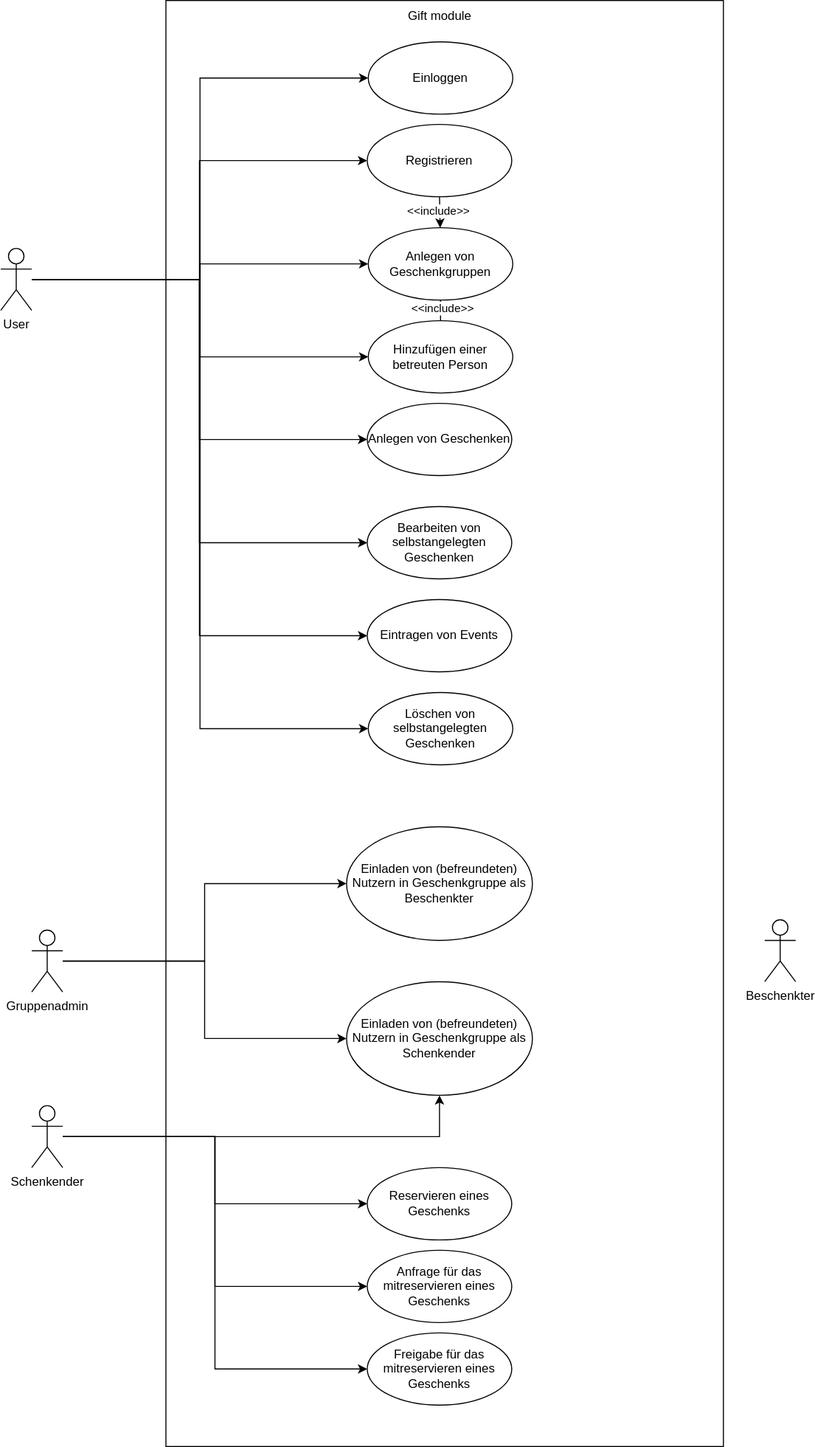
This is drawio_diagrams/svg_files/gifts_usecase.svg from Ethanil/gifts, a draw.io export, as it was before one commit. Source tidied: cells renumbered, new cells last; positions are measured from the earlier drawing's top-left corner, leaving out a move shared by most shapes.
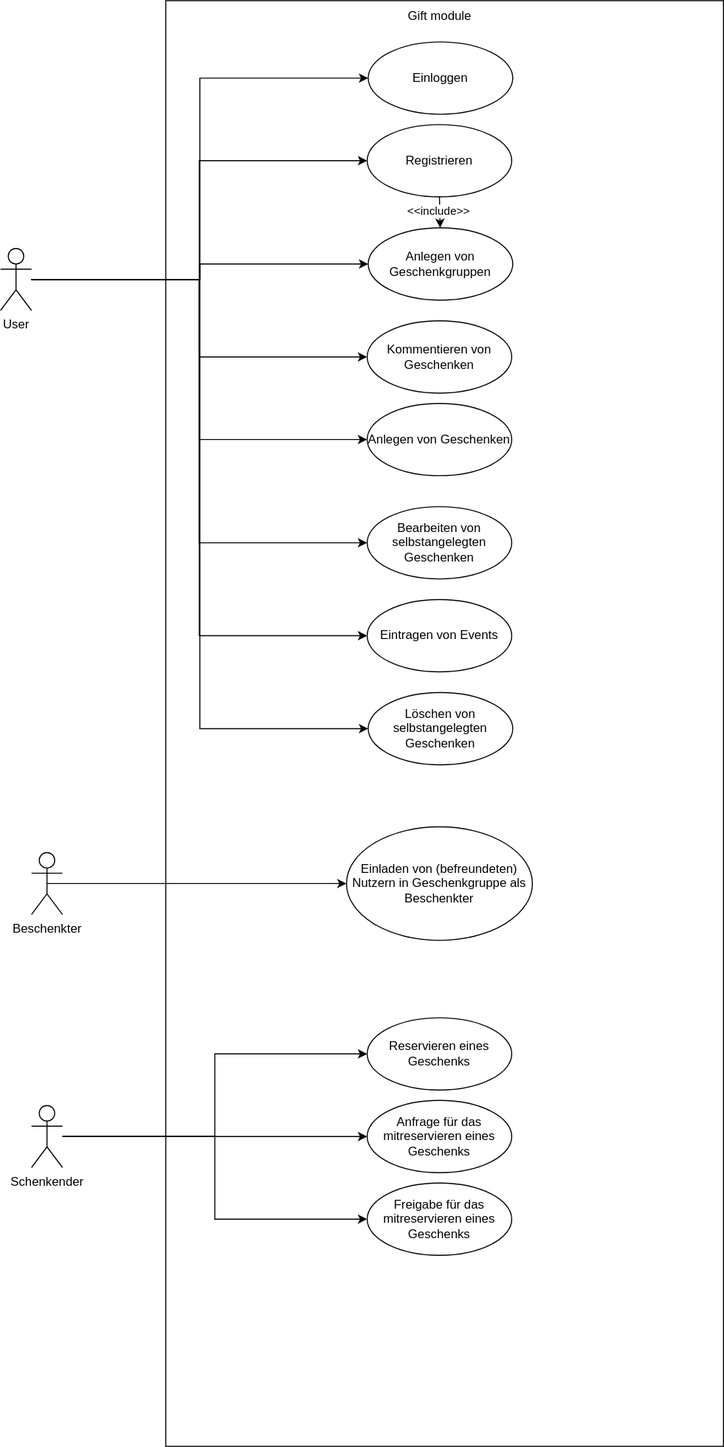
The same file after the commit.

Commit message:
updated diagrams and added Database skeleton

What changed in the source:
```diff
@@ -5,9 +5,6 @@
     <mxCell id="2" style="rounded=0;whiteSpace=wrap;html=1;" parent="1" vertex="1">
       <mxGeometry x="160" width="540" height="1400" as="geometry" />
     </mxCell>
-    <mxCell id="3" style="edgeStyle=orthogonalEdgeStyle;rounded=0;jettySize=auto;html=1;entryX=0.5;entryY=1;entryDx=0;entryDy=0;" parent="1" edge="1" source="7" target="23">
-      <mxGeometry relative="1" as="geometry" />
-    </mxCell>
     <mxCell id="4" style="edgeStyle=orthogonalEdgeStyle;rounded=0;jettySize=auto;html=1;entryX=0;entryY=0.5;entryDx=0;entryDy=0;" parent="1" edge="1" source="7" target="24">
       <mxGeometry relative="1" as="geometry" />
     </mxCell>
@@ -21,7 +18,7 @@
       <mxGeometry x="30" y="1070" width="30" height="60" as="geometry" />
     </mxCell>
     <mxCell id="8" value="Beschenkter" style="shape=umlActor;verticalLabelPosition=bottom;verticalAlign=top;html=1;outlineConnect=0;" parent="1" vertex="1">
-      <mxGeometry x="740" y="890" width="30" height="60" as="geometry" />
+      <mxGeometry x="30" y="825" width="30" height="60" as="geometry" />
     </mxCell>
     <mxCell id="9" style="edgeStyle=orthogonalEdgeStyle;rounded=0;jettySize=auto;html=1;entryX=0;entryY=0.5;entryDx=0;entryDy=0;" parent="1" edge="1" source="16" target="19">
       <mxGeometry relative="1" as="geometry" />
@@ -32,9 +29,6 @@
     <mxCell id="11" style="edgeStyle=orthogonalEdgeStyle;rounded=0;jettySize=auto;html=1;entryX=0;entryY=0.5;entryDx=0;entryDy=0;" parent="1" edge="1" source="16" target="30">
       <mxGeometry relative="1" as="geometry" />
     </mxCell>
-    <mxCell id="12" style="edgeStyle=orthogonalEdgeStyle;rounded=0;jettySize=auto;html=1;entryX=0;entryY=0.5;entryDx=0;entryDy=0;" parent="1" edge="1" source="16" target="29">
-      <mxGeometry relative="1" as="geometry" />
-    </mxCell>
     <mxCell id="13" style="edgeStyle=orthogonalEdgeStyle;html=1;entryX=0;entryY=0.5;entryDx=0;entryDy=0;rounded=0;" parent="1" edge="1" source="16" target="31">
       <mxGeometry relative="1" as="geometry" />
     </mxCell>
@@ -44,6 +38,9 @@
     <mxCell id="15" style="edgeStyle=orthogonalEdgeStyle;rounded=0;html=1;entryX=0;entryY=0.5;entryDx=0;entryDy=0;" parent="1" edge="1" source="16" target="35">
       <mxGeometry relative="1" as="geometry" />
     </mxCell>
+    <mxCell id="39" style="edgeStyle=orthogonalEdgeStyle;html=1;rounded=0;entryX=0;entryY=0.5;entryDx=0;entryDy=0;" parent="1" edge="1" source="16" target="37">
+      <mxGeometry relative="1" as="geometry" />
+    </mxCell>
     <mxCell id="16" value="User" style="shape=umlActor;verticalLabelPosition=bottom;verticalAlign=top;html=1;outlineConnect=0;" parent="1" vertex="1">
       <mxGeometry y="240" width="30" height="60" as="geometry" />
     </mxCell>
@@ -65,27 +62,15 @@
     <mxCell id="22" value="Einladen von (befreundeten) Nutzern in Geschenkgruppe als Beschenkter" style="ellipse;whiteSpace=wrap;html=1;" parent="1" vertex="1">
       <mxGeometry x="335" y="800" width="180" height="110" as="geometry" />
     </mxCell>
-    <mxCell id="23" value="Einladen von (befreundeten) Nutzern in Geschenkgruppe als Schenkender" style="ellipse;whiteSpace=wrap;html=1;" parent="1" vertex="1">
-      <mxGeometry x="335" y="950" width="180" height="110" as="geometry" />
-    </mxCell>
     <mxCell id="24" value="Reservieren eines Geschenks" style="ellipse;whiteSpace=wrap;html=1;" parent="1" vertex="1">
-      <mxGeometry x="355" y="1130" width="140" height="70" as="geometry" />
+      <mxGeometry x="355" y="985" width="140" height="70" as="geometry" />
     </mxCell>
     <mxCell id="25" value="Anfrage für das mitreservieren eines Geschenks" style="ellipse;whiteSpace=wrap;html=1;" parent="1" vertex="1">
-      <mxGeometry x="355" y="1210" width="140" height="70" as="geometry" />
+      <mxGeometry x="355" y="1065" width="140" height="70" as="geometry" />
     </mxCell>
     <mxCell id="26" value="Freigabe für das mitreservieren eines Geschenks" style="ellipse;whiteSpace=wrap;html=1;" parent="1" vertex="1">
-      <mxGeometry x="355" y="1290" width="140" height="70" as="geometry" />
+      <mxGeometry x="355" y="1145" width="140" height="70" as="geometry" />
     </mxCell>
-    <mxCell id="27" style="edgeStyle=orthogonalEdgeStyle;rounded=0;jettySize=auto;html=1;dashed=1;" parent="1" edge="1" source="29" target="20">
-      <mxGeometry relative="1" as="geometry" />
-    </mxCell>
-    <mxCell id="28" value="&amp;lt;&amp;lt;include&amp;gt;&amp;gt;" style="edgeLabel;html=1;align=center;verticalAlign=middle;" parent="27" vertex="1">
-      <mxGeometry x="-0.09" y="1" relative="1" as="geometry" />
-    </mxCell>
-    <mxCell id="29" value="Hinzufügen einer betreuten Person" style="ellipse;whiteSpace=wrap;html=1;" parent="1" vertex="1">
-      <mxGeometry x="356" y="310" width="140" height="70" as="geometry" />
-    </mxCell>
     <mxCell id="30" value="Eintragen von Events" style="ellipse;whiteSpace=wrap;html=1;" parent="1" vertex="1">
       <mxGeometry x="355" y="580" width="140" height="70" as="geometry" />
     </mxCell>
@@ -106,14 +91,11 @@
     <mxCell id="35" value="Einloggen" style="ellipse;whiteSpace=wrap;html=1;" parent="1" vertex="1">
       <mxGeometry x="356" y="40" width="140" height="70" as="geometry" />
     </mxCell>
-    <mxCell id="36" style="edgeStyle=orthogonalEdgeStyle;rounded=0;html=1;entryX=0;entryY=0.5;entryDx=0;entryDy=0;" parent="1" edge="1" source="38" target="22">
+    <mxCell id="36" style="edgeStyle=orthogonalEdgeStyle;rounded=0;html=1;entryX=0;entryY=0.5;entryDx=0;entryDy=0;exitX=0.5;exitY=0.5;exitDx=0;exitDy=0;exitPerimeter=0;" parent="1" edge="1" source="8" target="22">
       <mxGeometry relative="1" as="geometry" />
     </mxCell>
-    <mxCell id="37" style="edgeStyle=orthogonalEdgeStyle;rounded=0;html=1;entryX=0;entryY=0.5;entryDx=0;entryDy=0;" parent="1" edge="1" source="38" target="23">
-      <mxGeometry relative="1" as="geometry" />
+    <mxCell id="37" value="Kommentieren von Geschenken" style="ellipse;whiteSpace=wrap;html=1;" parent="1" vertex="1">
+      <mxGeometry x="355" y="310" width="140" height="70" as="geometry" />
     </mxCell>
-    <mxCell id="38" value="Gruppenadmin" style="shape=umlActor;verticalLabelPosition=bottom;verticalAlign=top;html=1;" parent="1" vertex="1">
-      <mxGeometry x="30" y="900" width="30" height="60" as="geometry" />
-    </mxCell>
   </root>
 </mxGraphModel>
```
